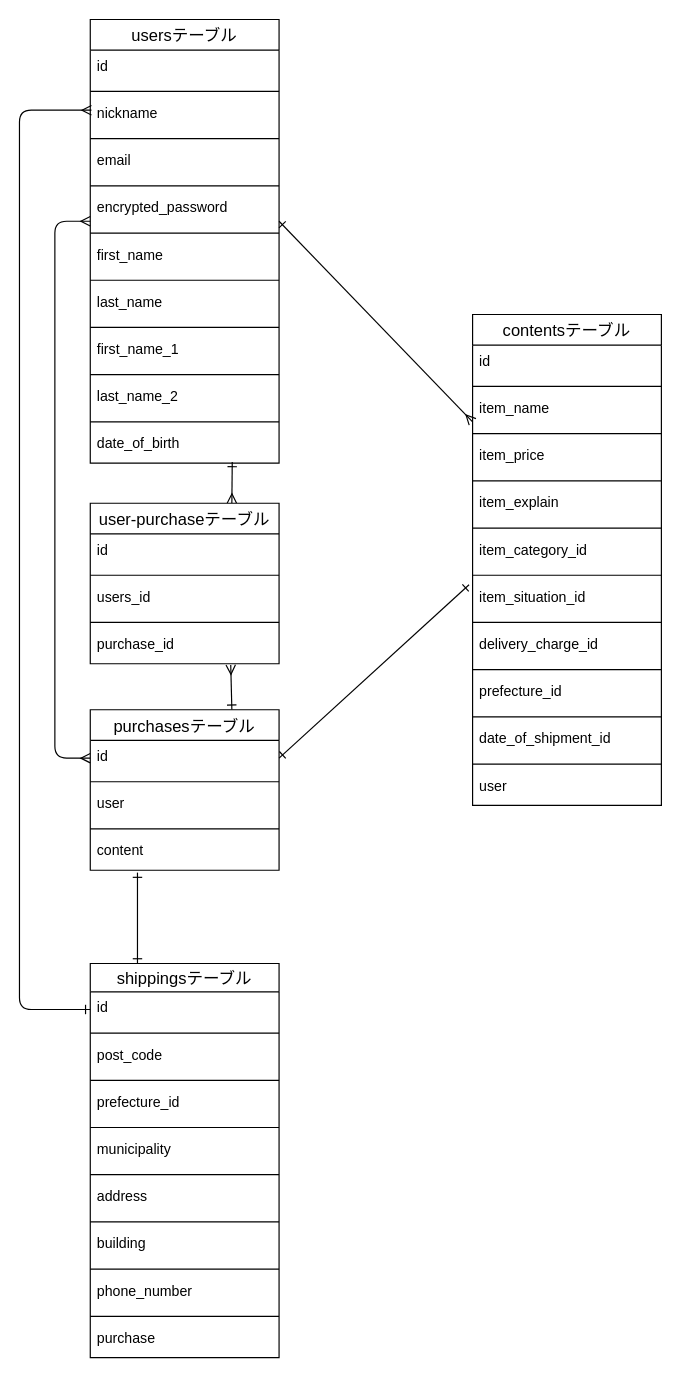
Earlier version of the draw.io diagram furima.dio (kaityi/furima-38562). Source tidied: cells renumbered, new cells numbered last; positions are measured from the earlier drawing's top-left corner, leaving out a move shared by most shapes. Both pictures are drawn from the tidied source at 118%, with x=0, y=0 at pixel (19, 19).
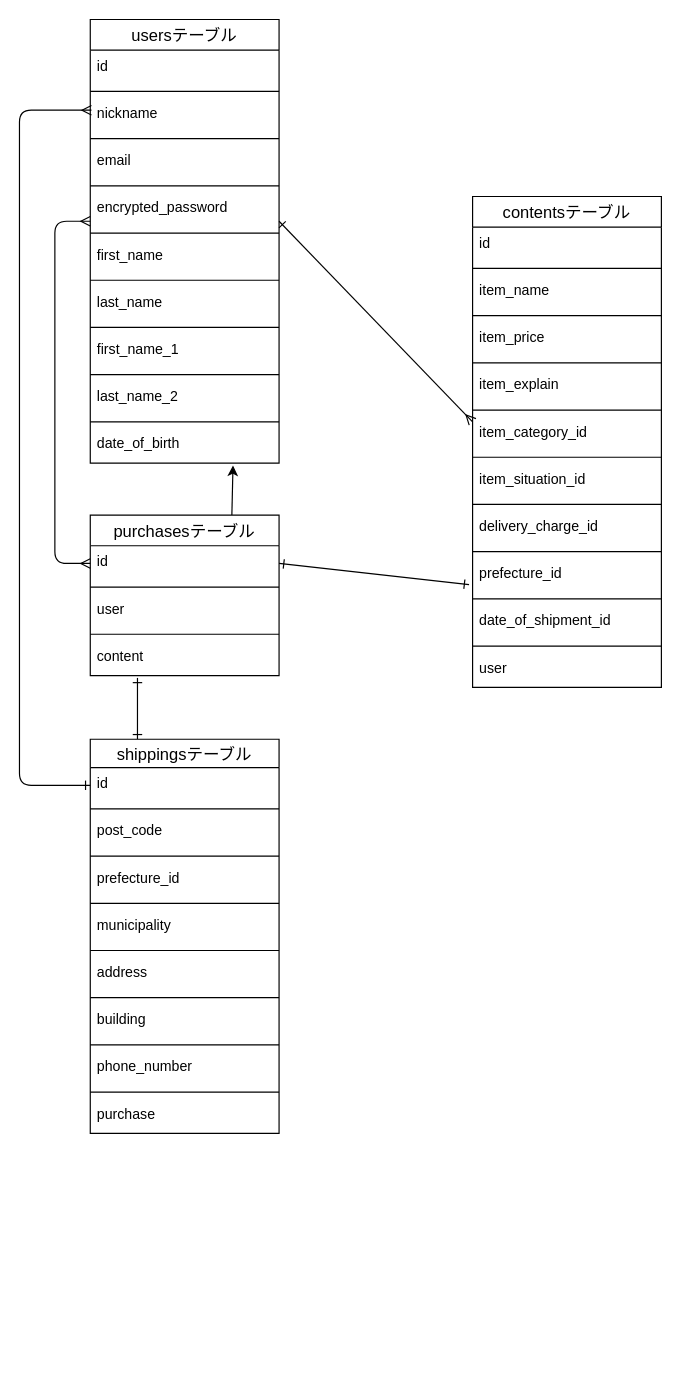
The same page after the edit.

Unchanged cells that the change refers to:
```xml
<mxCell id="24" value="id" style="text;strokeColor=none;fillColor=none;spacingLeft=4;spacingRight=4;overflow=hidden;points=[[0,0.5],[1,0.5]];portConstraint=eastwest;fontSize=12;" parent="23" vertex="1">
  <mxGeometry y="26" width="160" height="30" as="geometry" />
</mxCell>
<mxCell id="74" value="date_of_birth" style="text;strokeColor=none;fillColor=none;spacingLeft=4;spacingRight=4;overflow=hidden;points=[[0,0.5],[1,0.5]];portConstraint=eastwest;fontSize=12;" parent="57" vertex="1">
  <mxGeometry y="346" width="160" height="30" as="geometry" />
</mxCell>
```

What changed in the source:
```diff
@@
     <mxCell id="2" value="contentsテーブル" style="swimlane;fontStyle=0;horizontal=1;startSize=26;align=center;fontSize=14;" parent="1" vertex="1">
-      <mxGeometry x="384" y="250" width="160" height="416" as="geometry" />
+      <mxGeometry x="384" y="150" width="160" height="416" as="geometry" />
     </mxCell>
@@
-    <mxCell id="22" style="html=1;exitX=0.75;exitY=0;exitDx=0;exitDy=0;elbow=vertical;entryX=0.744;entryY=1.033;entryDx=0;entryDy=0;entryPerimeter=0;startArrow=ERone;startFill=0;endArrow=ERmany;endFill=0;" parent="1" edge="1" source="23" target="55">
-      <mxGeometry relative="1" as="geometry" />
-    </mxCell>
+    <mxCell id="75" style="edgeStyle=none;html=1;exitX=0.75;exitY=0;exitDx=0;exitDy=0;entryX=0.756;entryY=1.067;entryDx=0;entryDy=0;entryPerimeter=0;" parent="1" edge="1" source="23" target="74">
+      <mxGeometry relative="1" as="geometry" />
+    </mxCell>
     <mxCell id="23" value="purchasesテーブル" style="swimlane;fontStyle=0;horizontal=1;startSize=26;align=center;fontSize=14;" parent="1" vertex="1">
-      <mxGeometry x="60" y="585" width="160" height="136" as="geometry" />
+      <mxGeometry x="60" y="420" width="160" height="136" as="geometry" />
     </mxCell>
@@
     <mxCell id="30" value="shippingsテーブル" style="swimlane;fontStyle=0;horizontal=1;startSize=24;align=center;fontSize=14;" parent="1" vertex="1">
-      <mxGeometry x="60" y="800" width="160" height="334" as="geometry" />
+      <mxGeometry x="60" y="610" width="160" height="334" as="geometry" />
     </mxCell>
@@
-    <mxCell id="49" style="edgeStyle=none;html=1;exitX=0.75;exitY=0;exitDx=0;exitDy=0;startArrow=ERmany;startFill=0;endArrow=ERone;endFill=0;entryX=0.752;entryY=0.967;entryDx=0;entryDy=0;entryPerimeter=0;" parent="1" edge="1" source="50" target="74">
-      <mxGeometry relative="1" as="geometry" />
-    </mxCell>
-    <mxCell id="50" value="user-purchaseテーブル" style="swimlane;fontStyle=0;horizontal=1;startSize=26;align=center;fontSize=14;" parent="1" vertex="1">
-      <mxGeometry x="60" y="410" width="160" height="136" as="geometry" />
-    </mxCell>
-    <mxCell id="51" value="id" style="text;strokeColor=none;fillColor=none;spacingLeft=4;spacingRight=4;overflow=hidden;fontSize=12;" parent="50" vertex="1">
-      <mxGeometry y="26" width="160" height="30" as="geometry" />
-    </mxCell>
-    <mxCell id="52" style="line;strokeWidth=1;dashed=0;labelPosition=right;align=left;verticalAlign=middle;spacingTop=0;spacingLeft=6;" parent="50" vertex="1">
-      <mxGeometry y="56" width="160" height="10" as="geometry" />
-    </mxCell>
-    <mxCell id="53" value="users_id" style="text;strokeColor=none;fillColor=none;spacingLeft=4;spacingRight=4;overflow=hidden;fontSize=12;" parent="50" vertex="1">
-      <mxGeometry y="66" width="160" height="30" as="geometry" />
-    </mxCell>
-    <mxCell id="54" style="line;strokeWidth=1;dashed=0;labelPosition=right;align=left;verticalAlign=middle;spacingTop=0;spacingLeft=6;" parent="50" vertex="1">
-      <mxGeometry y="96" width="160" height="10" as="geometry" />
-    </mxCell>
-    <mxCell id="55" value="purchase_id" style="text;strokeColor=none;fillColor=none;spacingLeft=4;spacingRight=4;overflow=hidden;points=[[0,0.5],[1,0.5]];portConstraint=eastwest;fontSize=12;" parent="50" vertex="1">
-      <mxGeometry y="106" width="160" height="30" as="geometry" />
-    </mxCell>
     <mxCell id="56" style="edgeStyle=orthogonalEdgeStyle;html=1;exitX=0;exitY=0.5;exitDx=0;exitDy=0;entryX=0;entryY=0.5;entryDx=0;entryDy=0;startArrow=ERmany;startFill=0;endArrow=ERmany;endFill=0;elbow=vertical;" parent="1" edge="1" source="24">
       <mxGeometry relative="1" as="geometry">
         <mxPoint x="60" y="171" as="targetPoint" />
         <Array as="points">
-          <mxPoint x="30" y="626" />
+          <mxPoint x="30" y="461" />
           <mxPoint x="30" y="171" />
         </Array>
       </mxGeometry>
     </mxCell>
```
